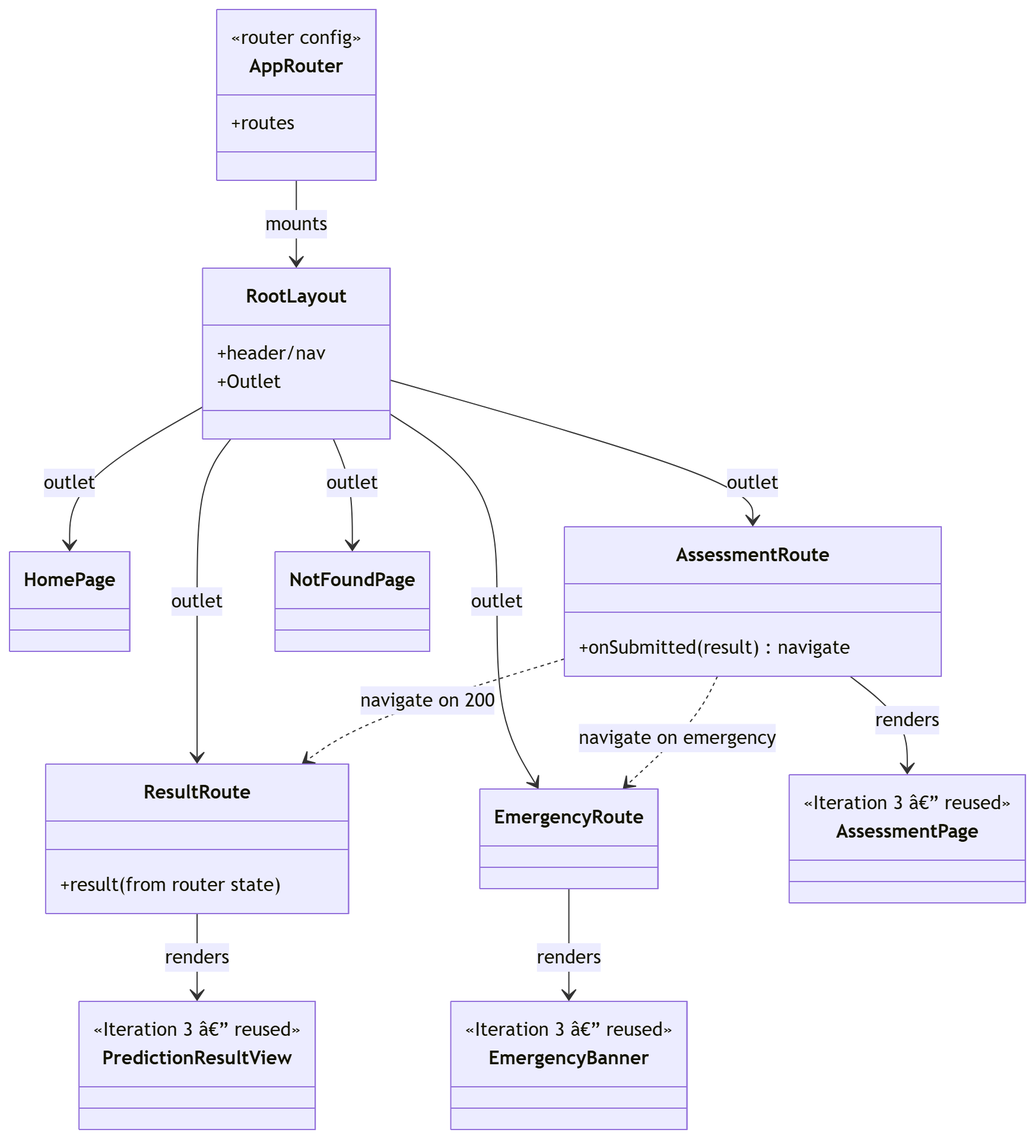
Disease-Prediction-ASET26/disease-prediction-docs keeps this Mermaid diagram as docs/mdd/iteration4/routing_class.png. Above is the earlier version. Its source is kept beside it as docs/mdd/iteration4/routing_class.mmd. Its diagram source:
```mermaid
classDiagram
    class AppRouter {
        <<router config>>
        +routes
    }
    class RootLayout {
        +header/nav
        +Outlet
    }
    class HomePage
    class AssessmentRoute {
        +onSubmitted(result) navigate
    }
    class ResultRoute {
        +result (from router state)
    }
    class EmergencyRoute
    class NotFoundPage
    class AssessmentPage {
        <<Iteration 3 — reused>>
    }
    class PredictionResultView {
        <<Iteration 3 — reused>>
    }
    class EmergencyBanner {
        <<Iteration 3 — reused>>
    }

    AppRouter --> RootLayout : mounts
    RootLayout --> HomePage : outlet
    RootLayout --> AssessmentRoute : outlet
    RootLayout --> ResultRoute : outlet
    RootLayout --> EmergencyRoute : outlet
    RootLayout --> NotFoundPage : outlet
    AssessmentRoute --> AssessmentPage : renders
    AssessmentRoute ..> ResultRoute : navigate on 200
    AssessmentRoute ..> EmergencyRoute : navigate on emergency
    ResultRoute --> PredictionResultView : renders
    EmergencyRoute --> EmergencyBanner : renders
```
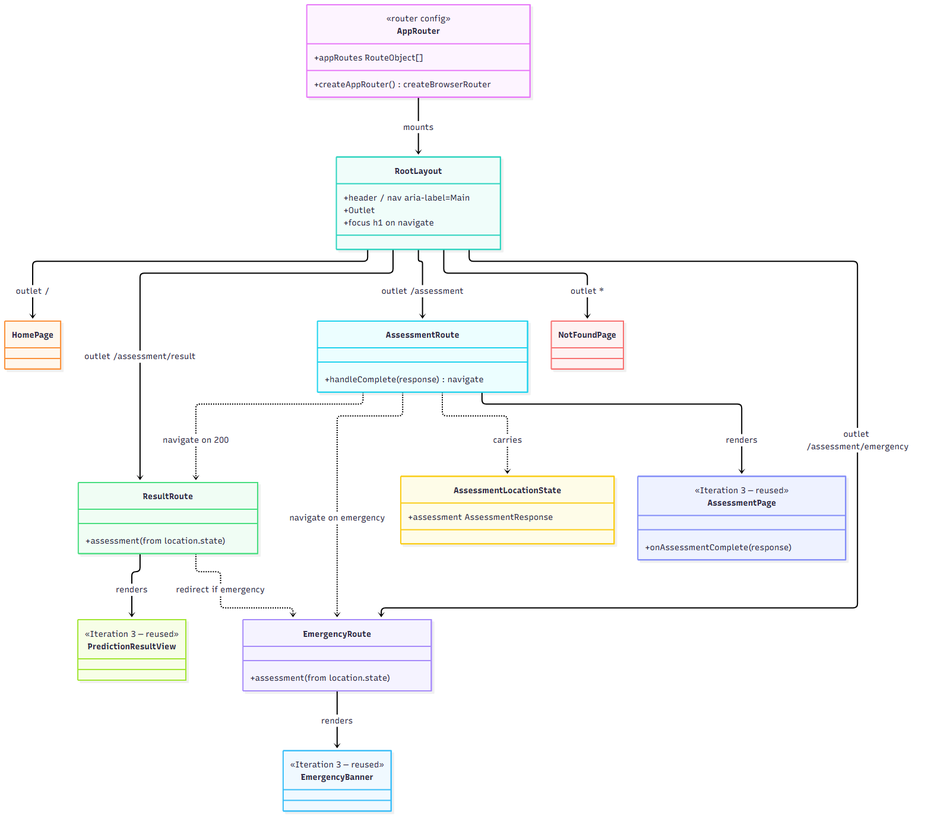
After the change.

Diff of the diagram source:
```diff
@@ -1,23 +1,31 @@
 classDiagram
     class AppRouter {
         <<router config>>
-        +routes
+        +appRoutes RouteObject[]
+        +createAppRouter() createBrowserRouter
     }
     class RootLayout {
-        +header/nav
+        +header / nav aria-label=Main
         +Outlet
+        +focus h1 on navigate
     }
     class HomePage
     class AssessmentRoute {
-        +onSubmitted(result) navigate
+        +handleComplete(response) navigate
     }
     class ResultRoute {
-        +result (from router state)
+        +assessment (from location.state)
     }
-    class EmergencyRoute
+    class EmergencyRoute {
+        +assessment (from location.state)
+    }
     class NotFoundPage
+    class AssessmentLocationState {
+        +assessment AssessmentResponse
+    }
     class AssessmentPage {
         <<Iteration 3 — reused>>
+        +onAssessmentComplete(response)
     }
     class PredictionResultView {
         <<Iteration 3 — reused>>
@@ -27,13 +35,15 @@
     }
 
     AppRouter --> RootLayout : mounts
-    RootLayout --> HomePage : outlet
-    RootLayout --> AssessmentRoute : outlet
-    RootLayout --> ResultRoute : outlet
-    RootLayout --> EmergencyRoute : outlet
-    RootLayout --> NotFoundPage : outlet
+    RootLayout --> HomePage : outlet /
+    RootLayout --> AssessmentRoute : outlet /assessment
+    RootLayout --> ResultRoute : outlet /assessment/result
+    RootLayout --> EmergencyRoute : outlet /assessment/emergency
+    RootLayout --> NotFoundPage : outlet *
     AssessmentRoute --> AssessmentPage : renders
     AssessmentRoute ..> ResultRoute : navigate on 200
     AssessmentRoute ..> EmergencyRoute : navigate on emergency
+    AssessmentRoute ..> AssessmentLocationState : carries
     ResultRoute --> PredictionResultView : renders
     EmergencyRoute --> EmergencyBanner : renders
+    ResultRoute ..> EmergencyRoute : redirect if emergency
```
